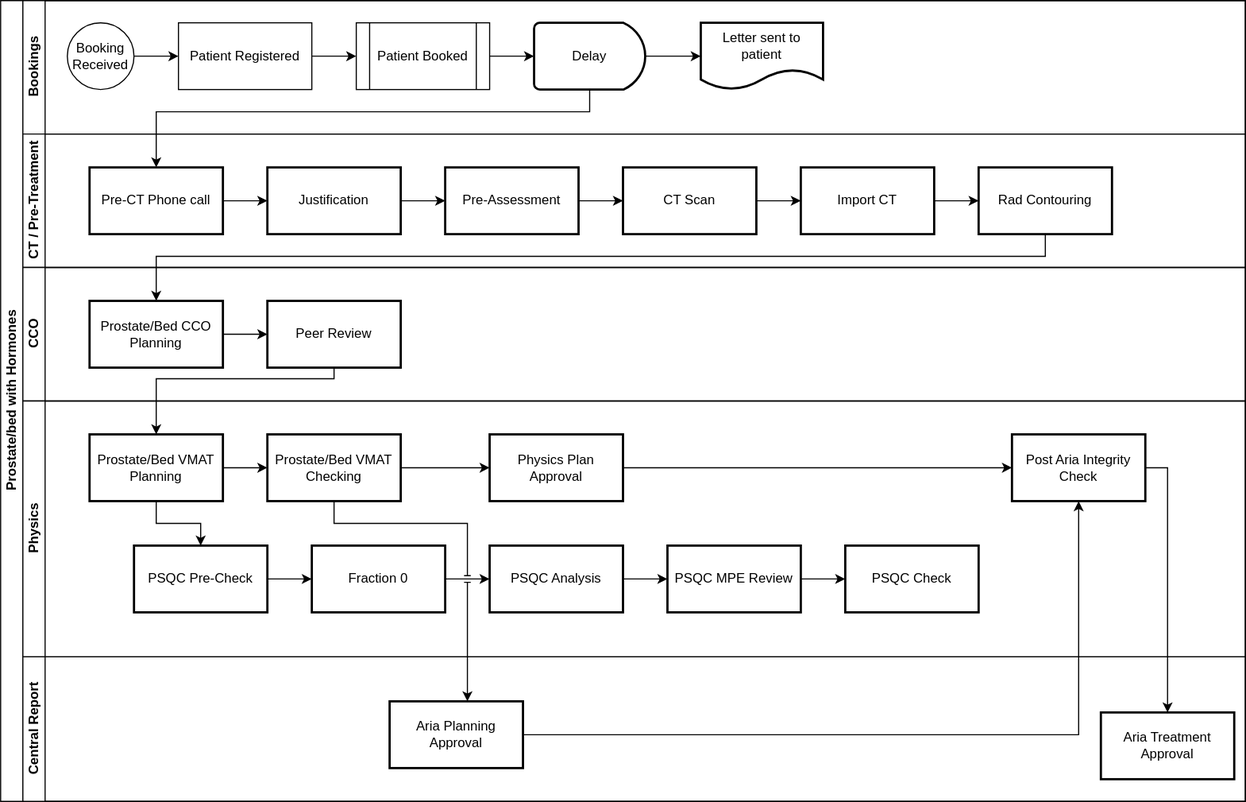
The draw.io diagram Assets/ProstateOnly_Hormone.svg in MCollins87/CarePathReview, before a commit. Source tidied: cells renumbered, new cells last; positions are measured from the earlier drawing's top-left corner, leaving out a move shared by most shapes.
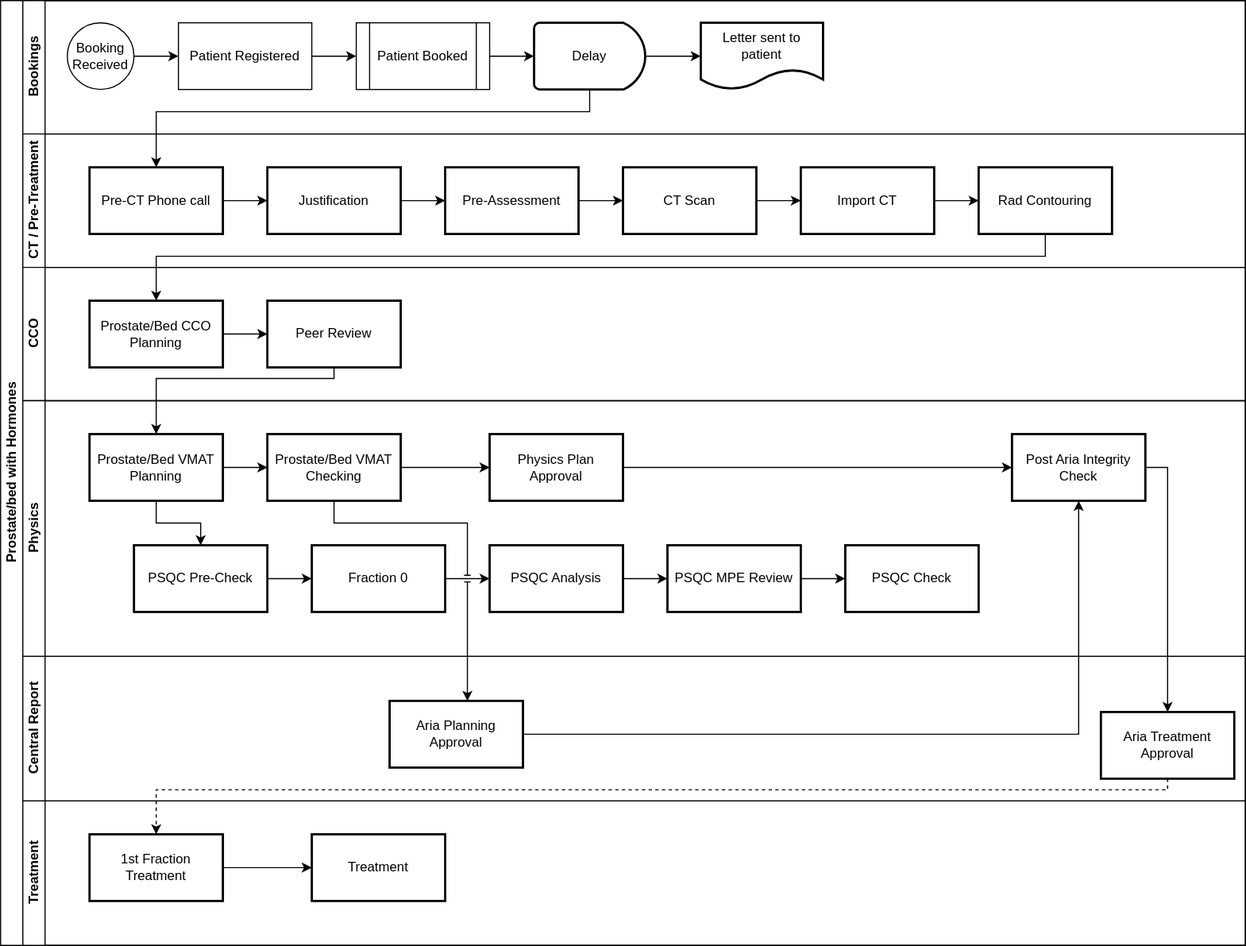
After the change.

Diff of the diagram source:
```diff
@@ -3,7 +3,7 @@
     <mxCell id="0" />
     <mxCell id="1" parent="0" />
     <mxCell id="2" value="Prostate/bed with Hormones" style="swimlane;html=1;horizontal=0;startSize=20;" parent="1" vertex="1">
-      <mxGeometry width="1120" height="720" as="geometry" />
+      <mxGeometry width="1120" height="850" as="geometry" />
     </mxCell>
     <mxCell id="3" value="Bookings" style="swimlane;html=1;startSize=20;horizontal=0;" parent="2" vertex="1">
       <mxGeometry x="20" width="1100" height="120" as="geometry" />
@@ -146,6 +146,18 @@
     <mxCell id="49" value="Aria Treatment Approval" style="whiteSpace=wrap;html=1;strokeWidth=2;" parent="47" vertex="1">
       <mxGeometry x="970" y="50" width="120" height="60" as="geometry" />
     </mxCell>
+    <mxCell id="56" value="Treatment" style="swimlane;html=1;startSize=20;horizontal=0;" parent="2" vertex="1">
+      <mxGeometry x="20" y="720" width="1100" height="130" as="geometry" />
+    </mxCell>
+    <mxCell id="57" style="edgeStyle=orthogonalEdgeStyle;rounded=0;jettySize=auto;html=1;" parent="56" edge="1" source="58" target="59">
+      <mxGeometry relative="1" as="geometry" />
+    </mxCell>
+    <mxCell id="58" value="1st Fraction Treatment" style="whiteSpace=wrap;html=1;strokeWidth=2;" parent="56" vertex="1">
+      <mxGeometry x="60" y="30" width="120" height="60" as="geometry" />
+    </mxCell>
+    <mxCell id="59" value="Treatment" style="whiteSpace=wrap;html=1;strokeWidth=2;" parent="56" vertex="1">
+      <mxGeometry x="260" y="30" width="120" height="60" as="geometry" />
+    </mxCell>
     <mxCell id="50" style="edgeStyle=orthogonalEdgeStyle;rounded=0;jettySize=auto;html=1;" parent="2" edge="1" source="10" target="15">
       <mxGeometry relative="1" as="geometry">
         <Array as="points">
@@ -190,5 +202,13 @@
         </Array>
       </mxGeometry>
     </mxCell>
+    <mxCell id="60" style="edgeStyle=orthogonalEdgeStyle;rounded=0;jettySize=auto;html=1;exitX=0.5;exitY=1;exitDx=0;exitDy=0;dashed=1;" parent="2" edge="1" source="49" target="58">
+      <mxGeometry relative="1" as="geometry">
+        <Array as="points">
+          <mxPoint x="1050" y="710" />
+          <mxPoint x="140" y="710" />
+        </Array>
+      </mxGeometry>
+    </mxCell>
   </root>
 </mxGraphModel>
```
